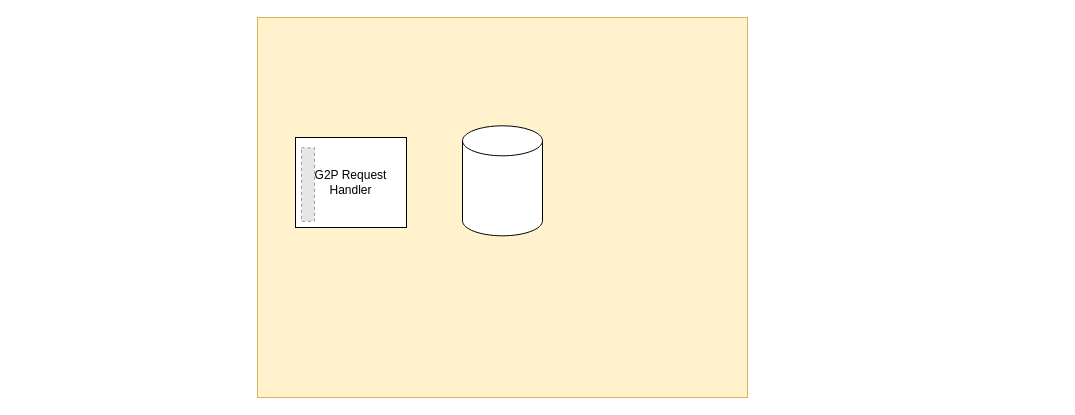
The draw.io diagram .gitbook/assets/gpb-architecture.drawio in OpenG2P/openg2p-documentation, before the edit. Source tidied: cells renumbered, new cells numbered last; positions are measured from the earlier drawing's top-left corner, leaving out a move shared by most shapes. Both pictures are drawn from the tidied source at 100%, with x=0, y=0 at pixel (257, 17). Pictures stored in the file or linked from it are replaced by grey dashed boxes.
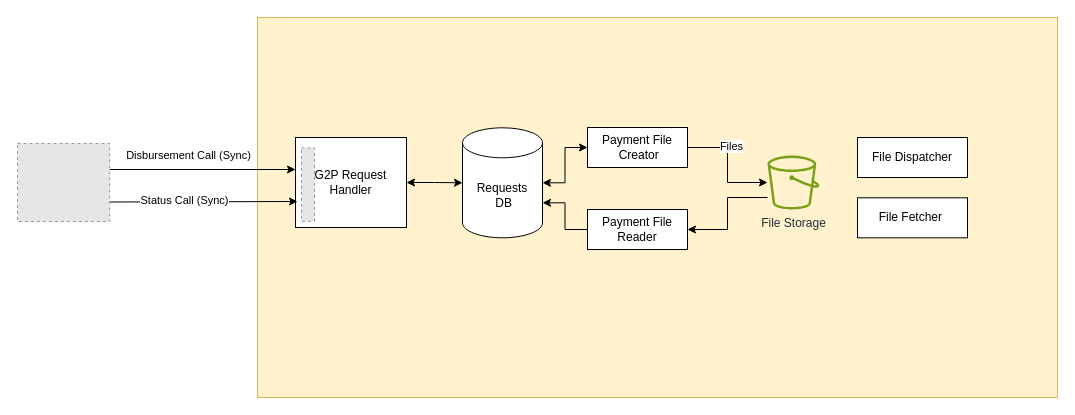
After the change.

Unchanged cells that the change refers to:
```xml
<mxCell id="6" value="G2P Request Handler" style="rounded=0;whiteSpace=wrap;html=1;" parent="5" vertex="1">
  <mxGeometry width="111" height="90" as="geometry" />
</mxCell>
```

The edit, as a diff of the source:
```diff
@@
     <mxCell id="2" style="rounded=0;whiteSpace=wrap;html=1;fillColor=#fff2cc;strokeColor=#d6b656;" parent="1" vertex="1">
-      <mxGeometry width="490" height="380" as="geometry" />
+      <mxGeometry width="800" height="380" as="geometry" />
     </mxCell>
+    <mxCell id="8" style="edgeStyle=orthogonalEdgeStyle;rounded=0;jettySize=auto;html=1;exitX=1;exitY=0.5;exitDx=0;exitDy=0;exitPerimeter=0;entryX=0;entryY=0.5;entryDx=0;entryDy=0;startArrow=classic;startFill=1;" parent="1" edge="1" source="3" target="18">
+      <mxGeometry relative="1" as="geometry" />
+    </mxCell>
+    <mxCell id="9" style="edgeStyle=orthogonalEdgeStyle;rounded=0;jettySize=auto;html=1;exitX=1;exitY=0;exitDx=0;exitDy=75;exitPerimeter=0;entryX=0;entryY=0.5;entryDx=0;entryDy=0;startArrow=classic;startFill=1;endArrow=none;endFill=0;" parent="1" edge="1" source="3" target="22">
+      <mxGeometry relative="1" as="geometry" />
+    </mxCell>
-    <mxCell id="3" style="shape=cylinder3;whiteSpace=wrap;html=1;boundedLbl=1;backgroundOutline=1;size=15;" parent="1" vertex="1">
-      <mxGeometry x="205" y="108.3" width="80" height="110" as="geometry" />
+    <mxCell id="3" value="Requests&lt;br&gt;&amp;nbsp;DB" style="shape=cylinder3;whiteSpace=wrap;html=1;boundedLbl=1;backgroundOutline=1;size=15;" parent="1" vertex="1">
+      <mxGeometry x="205" y="110.3" width="80" height="110" as="geometry" />
     </mxCell>
@@
+    <mxCell id="10" style="edgeStyle=orthogonalEdgeStyle;rounded=0;orthogonalLoop=1;jettySize=auto;html=1;entryX=0;entryY=0.5;entryDx=0;entryDy=0;" parent="1" edge="1">
+      <mxGeometry relative="1" as="geometry">
+        <mxPoint x="-147.8" y="152" as="sourcePoint" />
+        <mxPoint x="38" y="152" as="targetPoint" />
+      </mxGeometry>
+    </mxCell>
+    <mxCell id="11" value="Disbursement Call (Sync)" style="edgeLabel;html=1;align=center;verticalAlign=middle;" parent="10" vertex="1">
+      <mxGeometry x="-0.45" y="2" relative="1" as="geometry">
+        <mxPoint x="27" y="-13" as="offset" />
+      </mxGeometry>
+    </mxCell>
+    <mxCell id="12" style="edgeStyle=orthogonalEdgeStyle;rounded=0;jettySize=auto;html=1;exitX=1;exitY=0.75;exitDx=0;exitDy=0;" parent="1" edge="1" source="14">
+      <mxGeometry relative="1" as="geometry">
+        <mxPoint x="40" y="184" as="targetPoint" />
+      </mxGeometry>
+    </mxCell>
+    <mxCell id="13" value="Status Call (Sync)" style="edgeLabel;html=1;align=center;verticalAlign=middle;" parent="12" vertex="1">
+      <mxGeometry x="-0.21" y="2" relative="1" as="geometry" />
+    </mxCell>
+    <mxCell id="14" style="fillColor=#E6E6E6;strokeColor=#999999;dashed=1;verticalLabelPosition=bottom;verticalAlign=top;" parent="1" vertex="1">
+      <mxGeometry x="-240" y="126" width="92.2" height="78" as="geometry" />
+    </mxCell>
+    <mxCell id="15" style="edgeStyle=orthogonalEdgeStyle;rounded=0;jettySize=auto;html=1;exitX=1;exitY=0.5;exitDx=0;exitDy=0;entryX=0;entryY=0.5;entryDx=0;entryDy=0;entryPerimeter=0;startArrow=classic;startFill=1;" parent="1" edge="1" source="6" target="3">
+      <mxGeometry relative="1" as="geometry" />
+    </mxCell>
+    <mxCell id="16" style="edgeStyle=orthogonalEdgeStyle;rounded=0;jettySize=auto;html=1;exitX=1;exitY=0.5;exitDx=0;exitDy=0;startArrow=none;startFill=0;" parent="1" edge="1" source="18" target="19">
+      <mxGeometry relative="1" as="geometry" />
+    </mxCell>
+    <mxCell id="17" value="Files" style="edgeLabel;html=1;align=center;verticalAlign=middle;" parent="16" vertex="1">
+      <mxGeometry x="-0.19" relative="1" as="geometry">
+        <mxPoint x="3" y="-9" as="offset" />
+      </mxGeometry>
+    </mxCell>
+    <mxCell id="18" value="Payment File&lt;br&gt;&amp;nbsp;Creator" style="rounded=0;whiteSpace=wrap;html=1;" parent="1" vertex="1">
+      <mxGeometry x="330" y="110" width="100" height="40" as="geometry" />
+    </mxCell>
+    <mxCell id="19" value="File Storage" style="sketch=0;outlineConnect=0;fontColor=#232F3E;gradientColor=none;fillColor=#7AA116;strokeColor=none;dashed=0;verticalLabelPosition=bottom;verticalAlign=top;align=center;html=1;fontSize=12;fontStyle=0;shape=mxgraph.aws4.bucket;" parent="1" vertex="1">
+      <mxGeometry x="510" y="138" width="51.9" height="54" as="geometry" />
+    </mxCell>
+    <mxCell id="20" value="File Dispatcher" style="rounded=0;whiteSpace=wrap;html=1;" parent="1" vertex="1">
+      <mxGeometry x="600" y="120" width="110" height="40" as="geometry" />
+    </mxCell>
+    <mxCell id="21" style="edgeStyle=orthogonalEdgeStyle;rounded=0;jettySize=auto;html=1;exitX=1;exitY=0.5;exitDx=0;exitDy=0;startArrow=classic;startFill=1;endArrow=none;endFill=0;" parent="1" edge="1" source="22" target="19">
+      <mxGeometry relative="1" as="geometry">
+        <Array as="points">
+          <mxPoint x="470" y="212" />
+          <mxPoint x="470" y="180" />
+        </Array>
+      </mxGeometry>
+    </mxCell>
+    <mxCell id="22" value="Payment File Reader" style="rounded=0;whiteSpace=wrap;html=1;" parent="1" vertex="1">
+      <mxGeometry x="330" y="192" width="100" height="40" as="geometry" />
+    </mxCell>
+    <mxCell id="23" value="File Fetcher&amp;nbsp;" style="rounded=0;whiteSpace=wrap;html=1;" parent="1" vertex="1">
+      <mxGeometry x="600" y="180.3" width="110" height="40" as="geometry" />
+    </mxCell>
```
